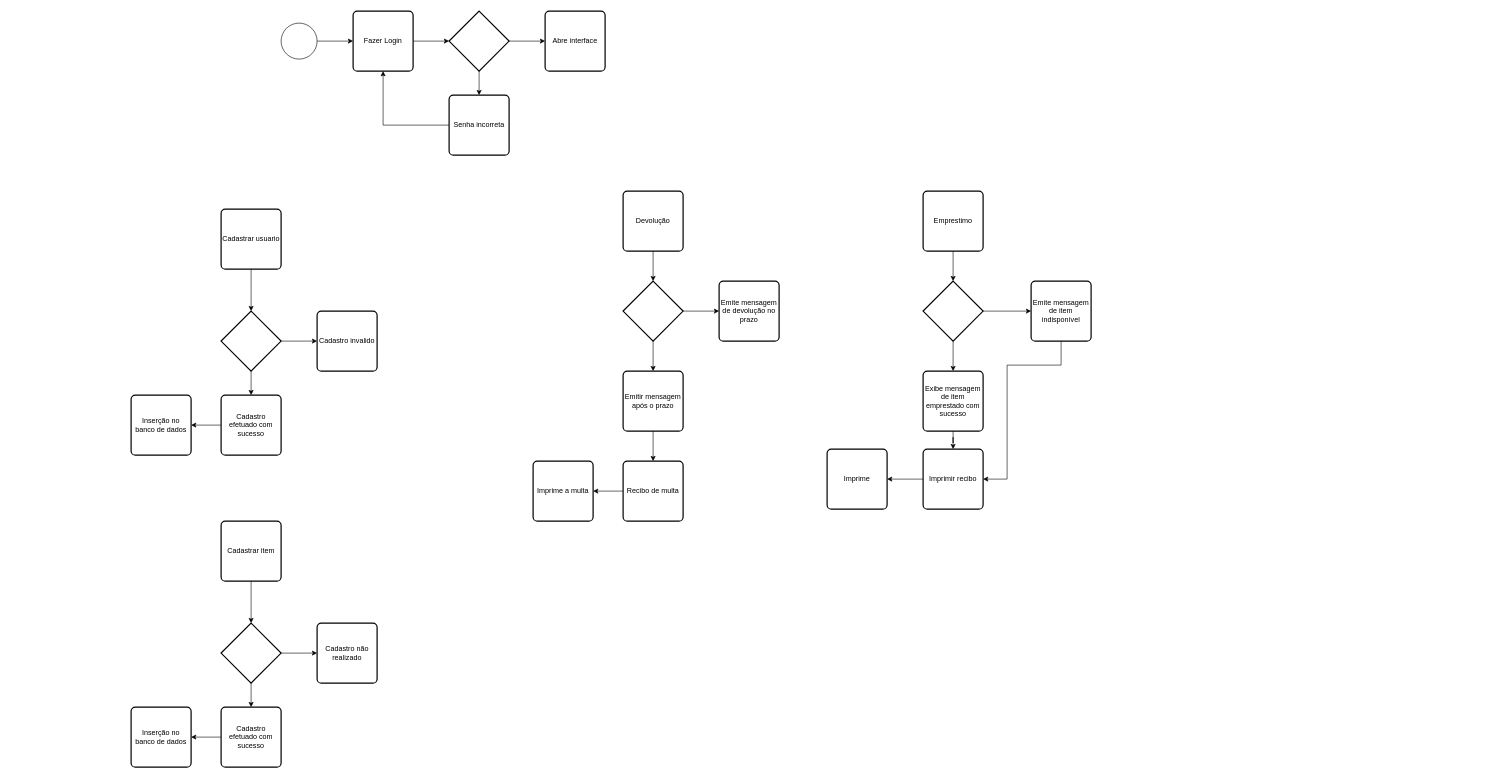
Earlier version of the draw.io diagram diagramaAtividades.drawio (fe1ipesena/biblioteca-Java-Swing). Source tidied: cells renumbered, new cells numbered last; positions are measured from the earlier drawing's top-left corner, leaving out a move shared by most shapes. Both pictures are drawn from the tidied source at 60%, with x=0, y=0 at pixel (131, 11).
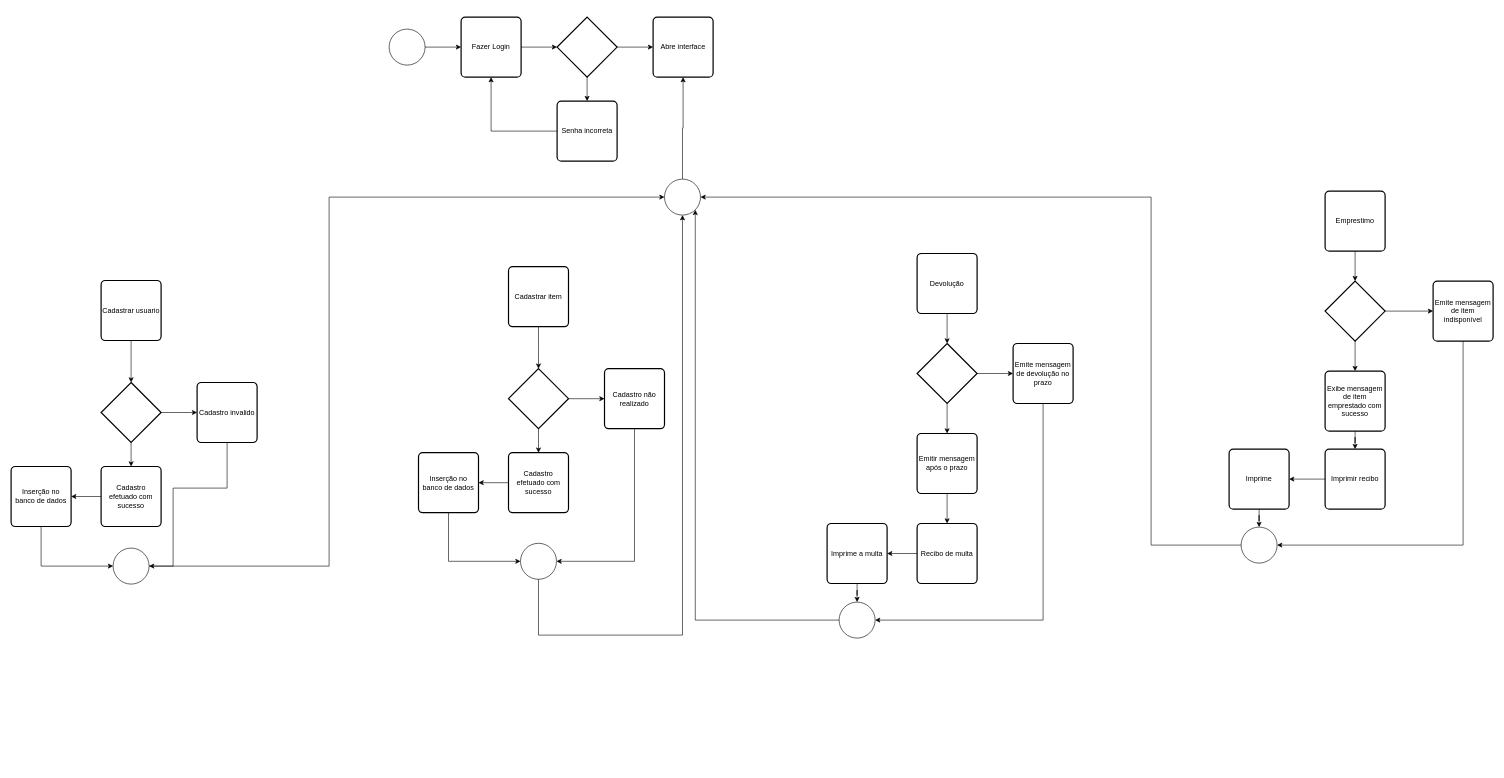
The same page after the edit.

Diff of the diagram source:
```diff
@@
     <mxCell id="3" style="verticalLabelPosition=bottom;verticalAlign=top;html=1;shape=mxgraph.flowchart.on-page_reference;" parent="1" vertex="1">
-      <mxGeometry x="250" y="20" width="60" height="60" as="geometry" />
+      <mxGeometry x="430" y="30" width="60" height="60" as="geometry" />
     </mxCell>
     <mxCell id="4" value="Fazer Login" style="rounded=1;whiteSpace=wrap;html=1;absoluteArcSize=1;arcSize=14;strokeWidth=2;" parent="1" vertex="1">
-      <mxGeometry x="370" width="100" height="100" as="geometry" />
+      <mxGeometry x="550" y="10" width="100" height="100" as="geometry" />
     </mxCell>
@@
     <mxCell id="7" style="strokeWidth=2;html=1;shape=mxgraph.flowchart.decision;whiteSpace=wrap;" parent="1" vertex="1">
-      <mxGeometry x="530" width="100" height="100" as="geometry" />
+      <mxGeometry x="710" y="10" width="100" height="100" as="geometry" />
     </mxCell>
@@
     <mxCell id="10" value="Senha incorreta" style="rounded=1;whiteSpace=wrap;html=1;absoluteArcSize=1;arcSize=14;strokeWidth=2;" parent="1" vertex="1">
-      <mxGeometry x="530" y="140" width="100" height="100" as="geometry" />
+      <mxGeometry x="710" y="150" width="100" height="100" as="geometry" />
     </mxCell>
     <mxCell id="11" value="Abre interface" style="rounded=1;whiteSpace=wrap;html=1;absoluteArcSize=1;arcSize=14;strokeWidth=2;" parent="1" vertex="1">
-      <mxGeometry x="690" width="100" height="100" as="geometry" />
+      <mxGeometry x="870" y="10" width="100" height="100" as="geometry" />
     </mxCell>
@@
     <mxCell id="13" value="Devolução" style="rounded=1;whiteSpace=wrap;html=1;absoluteArcSize=1;arcSize=14;strokeWidth=2;" parent="1" vertex="1">
-      <mxGeometry x="820" y="300" width="100" height="100" as="geometry" />
+      <mxGeometry x="1310" y="404" width="100" height="100" as="geometry" />
     </mxCell>
@@
     <mxCell id="16" style="strokeWidth=2;html=1;shape=mxgraph.flowchart.decision;whiteSpace=wrap;" parent="1" vertex="1">
-      <mxGeometry x="820" y="450" width="100" height="100" as="geometry" />
+      <mxGeometry x="1310" y="554" width="100" height="100" as="geometry" />
     </mxCell>
     <mxCell id="17" value="Emite mensagem de devolução no prazo" style="rounded=1;whiteSpace=wrap;html=1;absoluteArcSize=1;arcSize=14;strokeWidth=2;" parent="1" vertex="1">
-      <mxGeometry x="980" y="450" width="100" height="100" as="geometry" />
+      <mxGeometry x="1470" y="554" width="100" height="100" as="geometry" />
     </mxCell>
@@
     <mxCell id="19" value="Emitir mensagem após o prazo" style="rounded=1;whiteSpace=wrap;html=1;absoluteArcSize=1;arcSize=14;strokeWidth=2;" parent="1" vertex="1">
-      <mxGeometry x="820" y="600" width="100" height="100" as="geometry" />
+      <mxGeometry x="1310" y="704" width="100" height="100" as="geometry" />
     </mxCell>
@@
     <mxCell id="21" value="Recibo de multa" style="rounded=1;whiteSpace=wrap;html=1;absoluteArcSize=1;arcSize=14;strokeWidth=2;" parent="1" vertex="1">
-      <mxGeometry x="820" y="750" width="100" height="100" as="geometry" />
+      <mxGeometry x="1310" y="854" width="100" height="100" as="geometry" />
     </mxCell>
+    <mxCell id="53" style="edgeStyle=orthogonalEdgeStyle;rounded=0;jettySize=auto;html=1;" parent="1" edge="1" source="22" target="62">
+      <mxGeometry relative="1" as="geometry" />
+    </mxCell>
     <mxCell id="22" value="Imprime a multa" style="rounded=1;whiteSpace=wrap;html=1;absoluteArcSize=1;arcSize=14;strokeWidth=2;" parent="1" vertex="1">
-      <mxGeometry x="670" y="750" width="100" height="100" as="geometry" />
+      <mxGeometry x="1160" y="854" width="100" height="100" as="geometry" />
     </mxCell>
@@
     <mxCell id="24" value="Emprestimo" style="rounded=1;whiteSpace=wrap;html=1;absoluteArcSize=1;arcSize=14;strokeWidth=2;" parent="1" vertex="1">
-      <mxGeometry x="1320" y="300" width="100" height="100" as="geometry" />
+      <mxGeometry x="1990" y="300" width="100" height="100" as="geometry" />
     </mxCell>
@@
     <mxCell id="27" style="strokeWidth=2;html=1;shape=mxgraph.flowchart.decision;whiteSpace=wrap;" parent="1" vertex="1">
-      <mxGeometry x="1320" y="450" width="100" height="100" as="geometry" />
+      <mxGeometry x="1990" y="450" width="100" height="100" as="geometry" />
     </mxCell>
@@
     <mxCell id="29" value="Exibe mensagem de item emprestado com sucesso" style="rounded=1;whiteSpace=wrap;html=1;absoluteArcSize=1;arcSize=14;strokeWidth=2;" parent="1" vertex="1">
-      <mxGeometry x="1320" y="600" width="100" height="100" as="geometry" />
+      <mxGeometry x="1990" y="600" width="100" height="100" as="geometry" />
     </mxCell>
@@
     <mxCell id="31" value="Imprimir recibo" style="rounded=1;whiteSpace=wrap;html=1;absoluteArcSize=1;arcSize=14;strokeWidth=2;" parent="1" vertex="1">
-      <mxGeometry x="1320" y="730" width="100" height="100" as="geometry" />
+      <mxGeometry x="1990" y="730" width="100" height="100" as="geometry" />
     </mxCell>
-    <mxCell id="32" style="edgeStyle=orthogonalEdgeStyle;rounded=0;jettySize=auto;html=1;entryX=1;entryY=0.5;entryDx=0;entryDy=0;" parent="1" edge="1" source="33" target="31">
-      <mxGeometry relative="1" as="geometry">
-        <Array as="points">
-          <mxPoint x="1550" y="590" />
-          <mxPoint x="1460" y="590" />
-          <mxPoint x="1460" y="780" />
-        </Array>
-      </mxGeometry>
-    </mxCell>
     <mxCell id="33" value="Emite mensagem de item indisponível" style="rounded=1;whiteSpace=wrap;html=1;absoluteArcSize=1;arcSize=14;strokeWidth=2;" parent="1" vertex="1">
-      <mxGeometry x="1500" y="450" width="100" height="100" as="geometry" />
+      <mxGeometry x="2170" y="450" width="100" height="100" as="geometry" />
     </mxCell>
+    <mxCell id="54" style="edgeStyle=orthogonalEdgeStyle;rounded=0;jettySize=auto;html=1;" parent="1" edge="1" source="34" target="63">
+      <mxGeometry relative="1" as="geometry" />
+    </mxCell>
     <mxCell id="34" value="Imprime" style="rounded=1;whiteSpace=wrap;html=1;absoluteArcSize=1;arcSize=14;strokeWidth=2;" parent="1" vertex="1">
-      <mxGeometry x="1160" y="730" width="100" height="100" as="geometry" />
+      <mxGeometry x="1830" y="730" width="100" height="100" as="geometry" />
     </mxCell>
     <mxCell id="35" style="edgeStyle=orthogonalEdgeStyle;rounded=0;jettySize=auto;html=1;entryX=0.5;entryY=0;entryDx=0;entryDy=0;" parent="1" edge="1" source="36">
       <mxGeometry relative="1" as="geometry">
-        <mxPoint x="200" y="500" as="targetPoint" />
+        <mxPoint y="619" as="targetPoint" />
       </mxGeometry>
     </mxCell>
     <mxCell id="36" value="Cadastrar usuario" style="rounded=1;whiteSpace=wrap;html=1;absoluteArcSize=1;arcSize=14;strokeWidth=2;" parent="1" vertex="1">
-      <mxGeometry x="150" y="330" width="100" height="100" as="geometry" />
+      <mxGeometry x="-50" y="449" width="100" height="100" as="geometry" />
     </mxCell>
@@
     <mxCell id="39" style="strokeWidth=2;html=1;shape=mxgraph.flowchart.decision;whiteSpace=wrap;" parent="1" vertex="1">
-      <mxGeometry x="150" y="500" width="100" height="100" as="geometry" />
+      <mxGeometry x="-50" y="619" width="100" height="100" as="geometry" />
     </mxCell>
     <mxCell id="40" value="Cadastro invalido" style="rounded=1;whiteSpace=wrap;html=1;absoluteArcSize=1;arcSize=14;strokeWidth=2;" parent="1" vertex="1">
-      <mxGeometry x="310" y="500" width="100" height="100" as="geometry" />
+      <mxGeometry x="110" y="619" width="100" height="100" as="geometry" />
     </mxCell>
@@
     <mxCell id="42" value="Cadastro efetuado com sucesso" style="rounded=1;whiteSpace=wrap;html=1;absoluteArcSize=1;arcSize=14;strokeWidth=2;" parent="1" vertex="1">
-      <mxGeometry x="150" y="640" width="100" height="100" as="geometry" />
+      <mxGeometry x="-50" y="759" width="100" height="100" as="geometry" />
     </mxCell>
     <mxCell id="43" value="Inserção no banco de dados" style="rounded=1;whiteSpace=wrap;html=1;absoluteArcSize=1;arcSize=14;strokeWidth=2;" parent="1" vertex="1">
-      <mxGeometry y="640" width="100" height="100" as="geometry" />
+      <mxGeometry x="-200" y="759" width="100" height="100" as="geometry" />
     </mxCell>
     <mxCell id="44" style="edgeStyle=orthogonalEdgeStyle;rounded=0;jettySize=auto;html=1;entryX=0.5;entryY=0;entryDx=0;entryDy=0;" parent="1" edge="1" source="45">
       <mxGeometry relative="1" as="geometry">
-        <mxPoint x="200" y="1020" as="targetPoint" />
+        <mxPoint x="679" y="596" as="targetPoint" />
       </mxGeometry>
     </mxCell>
     <mxCell id="45" value="Cadastrar item" style="rounded=1;whiteSpace=wrap;html=1;absoluteArcSize=1;arcSize=14;strokeWidth=2;" parent="1" vertex="1">
-      <mxGeometry x="150" y="850" width="100" height="100" as="geometry" />
+      <mxGeometry x="629" y="426" width="100" height="100" as="geometry" />
     </mxCell>
@@
     <mxCell id="48" style="strokeWidth=2;html=1;shape=mxgraph.flowchart.decision;whiteSpace=wrap;" parent="1" vertex="1">
-      <mxGeometry x="150" y="1020" width="100" height="100" as="geometry" />
+      <mxGeometry x="629" y="596" width="100" height="100" as="geometry" />
     </mxCell>
     <mxCell id="49" value="Cadastro não realizado" style="rounded=1;whiteSpace=wrap;html=1;absoluteArcSize=1;arcSize=14;strokeWidth=2;" parent="1" vertex="1">
-      <mxGeometry x="310" y="1020" width="100" height="100" as="geometry" />
+      <mxGeometry x="789" y="596" width="100" height="100" as="geometry" />
     </mxCell>
@@
     <mxCell id="51" value="Cadastro efetuado com sucesso" style="rounded=1;whiteSpace=wrap;html=1;absoluteArcSize=1;arcSize=14;strokeWidth=2;" parent="1" vertex="1">
-      <mxGeometry x="150" y="1160" width="100" height="100" as="geometry" />
+      <mxGeometry x="629" y="736" width="100" height="100" as="geometry" />
     </mxCell>
     <mxCell id="52" value="Inserção no banco de dados" style="rounded=1;whiteSpace=wrap;html=1;absoluteArcSize=1;arcSize=14;strokeWidth=2;" parent="1" vertex="1">
-      <mxGeometry y="1160" width="100" height="100" as="geometry" />
+      <mxGeometry x="479" y="736" width="100" height="100" as="geometry" />
     </mxCell>
+    <mxCell id="55" style="edgeStyle=orthogonalEdgeStyle;rounded=0;jettySize=auto;html=1;entryX=0;entryY=0.5;entryDx=0;entryDy=0;entryPerimeter=0;" parent="1" edge="1" source="56" target="67">
+      <mxGeometry relative="1" as="geometry">
+        <Array as="points">
+          <mxPoint x="330" y="925" />
+          <mxPoint x="330" y="310" />
+        </Array>
+      </mxGeometry>
+    </mxCell>
+    <mxCell id="56" style="verticalLabelPosition=bottom;verticalAlign=top;html=1;shape=mxgraph.flowchart.on-page_reference;" parent="1" vertex="1">
+      <mxGeometry x="-30" y="895" width="60" height="60" as="geometry" />
+    </mxCell>
+    <mxCell id="57" style="edgeStyle=orthogonalEdgeStyle;rounded=0;jettySize=auto;html=1;entryX=1;entryY=0.5;entryDx=0;entryDy=0;entryPerimeter=0;" parent="1" edge="1" source="40" target="56">
+      <mxGeometry relative="1" as="geometry">
+        <Array as="points">
+          <mxPoint x="160" y="795" />
+          <mxPoint x="70" y="795" />
+          <mxPoint x="70" y="925" />
+        </Array>
+      </mxGeometry>
+    </mxCell>
+    <mxCell id="58" style="edgeStyle=orthogonalEdgeStyle;rounded=0;jettySize=auto;html=1;entryX=0;entryY=0.5;entryDx=0;entryDy=0;entryPerimeter=0;" parent="1" edge="1" source="43" target="56">
+      <mxGeometry relative="1" as="geometry">
+        <Array as="points">
+          <mxPoint x="-150" y="925" />
+        </Array>
+      </mxGeometry>
+    </mxCell>
+    <mxCell id="59" style="verticalLabelPosition=bottom;verticalAlign=top;html=1;shape=mxgraph.flowchart.on-page_reference;" parent="1" vertex="1">
+      <mxGeometry x="649" y="887" width="60" height="60" as="geometry" />
+    </mxCell>
+    <mxCell id="60" style="edgeStyle=orthogonalEdgeStyle;rounded=0;jettySize=auto;html=1;entryX=0;entryY=0.5;entryDx=0;entryDy=0;entryPerimeter=0;" parent="1" edge="1" source="52" target="59">
+      <mxGeometry relative="1" as="geometry">
+        <Array as="points">
+          <mxPoint x="529" y="917" />
+        </Array>
+      </mxGeometry>
+    </mxCell>
+    <mxCell id="61" style="edgeStyle=orthogonalEdgeStyle;rounded=0;jettySize=auto;html=1;entryX=1;entryY=0.5;entryDx=0;entryDy=0;entryPerimeter=0;" parent="1" edge="1" source="49" target="59">
+      <mxGeometry relative="1" as="geometry">
+        <Array as="points">
+          <mxPoint x="839" y="917" />
+        </Array>
+      </mxGeometry>
+    </mxCell>
+    <mxCell id="62" style="verticalLabelPosition=bottom;verticalAlign=top;html=1;shape=mxgraph.flowchart.on-page_reference;" parent="1" vertex="1">
+      <mxGeometry x="1180" y="985" width="60" height="60" as="geometry" />
+    </mxCell>
+    <mxCell id="63" style="verticalLabelPosition=bottom;verticalAlign=top;html=1;shape=mxgraph.flowchart.on-page_reference;" parent="1" vertex="1">
+      <mxGeometry x="1850" y="860" width="60" height="60" as="geometry" />
+    </mxCell>
+    <mxCell id="64" style="edgeStyle=orthogonalEdgeStyle;rounded=0;jettySize=auto;html=1;entryX=1;entryY=0.5;entryDx=0;entryDy=0;entryPerimeter=0;" parent="1" edge="1" source="17" target="62">
+      <mxGeometry relative="1" as="geometry">
+        <Array as="points">
+          <mxPoint x="1520" y="1015" />
+        </Array>
+      </mxGeometry>
+    </mxCell>
+    <mxCell id="65" style="edgeStyle=orthogonalEdgeStyle;rounded=0;jettySize=auto;html=1;entryX=1;entryY=0.5;entryDx=0;entryDy=0;entryPerimeter=0;" parent="1" edge="1" source="33" target="63">
+      <mxGeometry relative="1" as="geometry">
+        <Array as="points">
+          <mxPoint x="2220" y="890" />
+        </Array>
+      </mxGeometry>
+    </mxCell>
+    <mxCell id="66" style="edgeStyle=orthogonalEdgeStyle;rounded=0;jettySize=auto;html=1;entryX=0.5;entryY=1;entryDx=0;entryDy=0;" parent="1" edge="1" source="67" target="11">
+      <mxGeometry relative="1" as="geometry" />
+    </mxCell>
+    <mxCell id="67" style="verticalLabelPosition=bottom;verticalAlign=top;html=1;shape=mxgraph.flowchart.on-page_reference;" parent="1" vertex="1">
+      <mxGeometry x="889" y="280" width="60" height="60" as="geometry" />
+    </mxCell>
+    <mxCell id="68" style="edgeStyle=orthogonalEdgeStyle;rounded=0;jettySize=auto;html=1;entryX=0.5;entryY=1;entryDx=0;entryDy=0;entryPerimeter=0;exitX=0.5;exitY=1;exitDx=0;exitDy=0;exitPerimeter=0;" parent="1" edge="1" source="59" target="67">
+      <mxGeometry relative="1" as="geometry">
+        <Array as="points">
+          <mxPoint x="679" y="1040" />
+          <mxPoint x="919" y="1040" />
+        </Array>
+      </mxGeometry>
+    </mxCell>
+    <mxCell id="69" style="edgeStyle=orthogonalEdgeStyle;rounded=0;jettySize=auto;html=1;entryX=0.855;entryY=0.855;entryDx=0;entryDy=0;entryPerimeter=0;" parent="1" edge="1" source="62" target="67">
+      <mxGeometry relative="1" as="geometry" />
+    </mxCell>
+    <mxCell id="70" style="edgeStyle=orthogonalEdgeStyle;rounded=0;jettySize=auto;html=1;entryX=1;entryY=0.5;entryDx=0;entryDy=0;entryPerimeter=0;" parent="1" edge="1" source="63" target="67">
+      <mxGeometry relative="1" as="geometry">
+        <Array as="points">
+          <mxPoint x="1700" y="890" />
+          <mxPoint x="1700" y="310" />
+        </Array>
+      </mxGeometry>
+    </mxCell>
```
